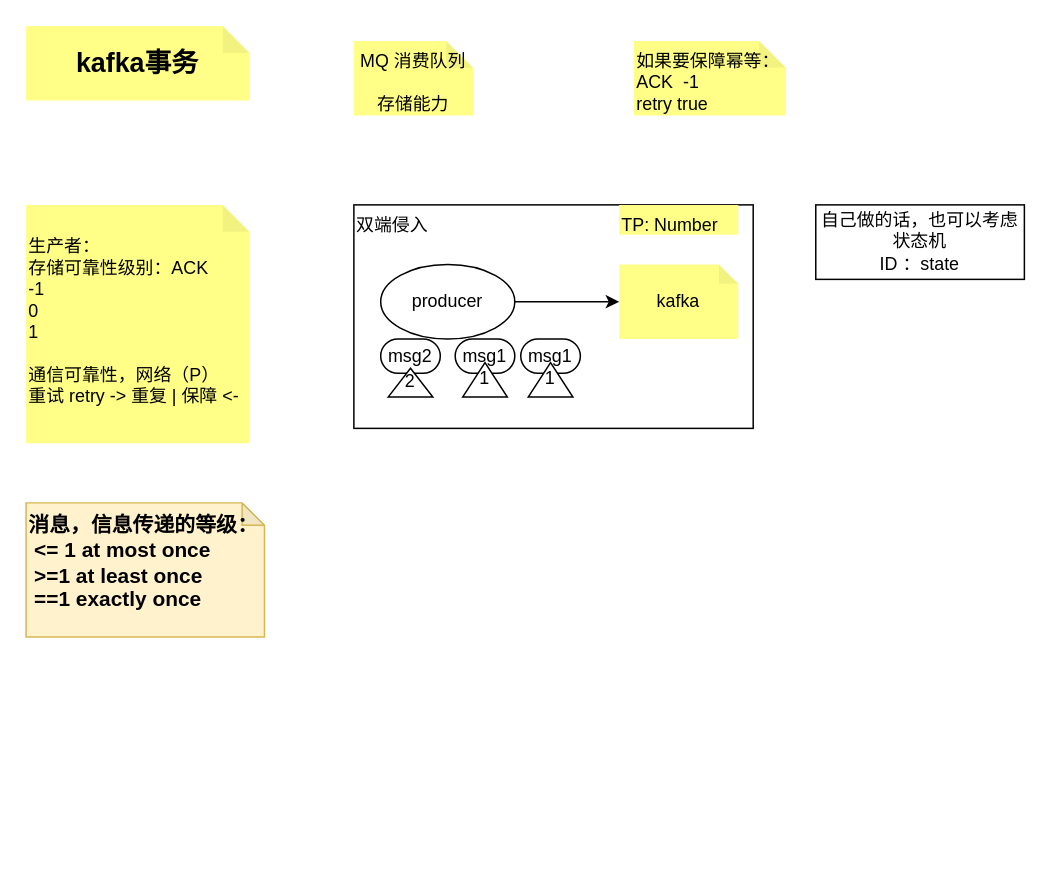
The draw.io diagram draw/kafka/kafka事务.drawio in BxcGit/draw, before the edit. Source tidied: cells renumbered, new cells numbered last; positions are measured from the earlier drawing's top-left corner, leaving out a move shared by most shapes. Both pictures are drawn from the tidied source at 149%, with x=0, y=0 at pixel (25, 25).
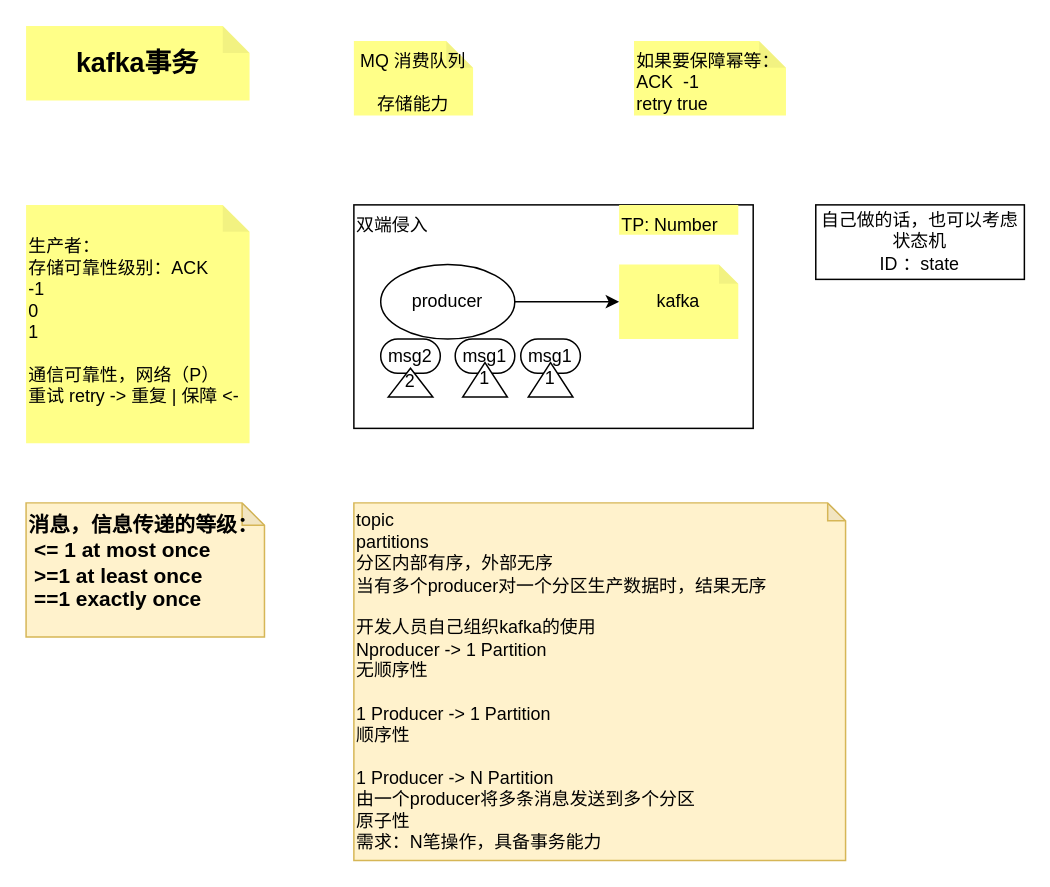
The same page after the edit.

Change to the diagram source:
```diff
@@
 <mxGraphModel>
   <root>
     <mxCell id="0" />
     <mxCell id="1" parent="0" />
     <mxCell id="2" value="双端侵入" style="rounded=0;whiteSpace=wrap;html=1;align=left;verticalAlign=top;" parent="1" vertex="1">
       <mxGeometry x="220" y="120" width="268" height="150" as="geometry" />
     </mxCell>
     <mxCell id="3" value="&lt;div&gt;&lt;br&gt;&lt;/div&gt;&lt;div&gt;生产者：&lt;/div&gt;&lt;div&gt;存储可靠性级别：ACK&lt;/div&gt;&lt;div&gt;-1&lt;/div&gt;&lt;div&gt;0&lt;/div&gt;&lt;div&gt;1&lt;/div&gt;&lt;div&gt;&lt;br&gt;&lt;/div&gt;&lt;div&gt;通信可靠性，网络（P）&lt;/div&gt;&lt;div&gt;重试 retry -&amp;gt; 重复 | 保障 &amp;lt;-&lt;/div&gt;" style="shape=note;whiteSpace=wrap;html=1;backgroundOutline=1;darkOpacity=0.05;fillColor=#ffff88;strokeColor=none;horizontal=1;align=left;verticalAlign=top;size=18;" parent="1" vertex="1">
       <mxGeometry y="120" width="150" height="160" as="geometry" />
     </mxCell>
     <mxCell id="4" value="kafka事务" style="shape=note;whiteSpace=wrap;html=1;backgroundOutline=1;darkOpacity=0.05;fillColor=#ffff88;strokeColor=none;horizontal=1;align=center;verticalAlign=middle;size=18;fontSize=18;fontStyle=1;" parent="1" vertex="1">
       <mxGeometry width="150" height="50" as="geometry" />
     </mxCell>
     <mxCell id="5" style="edgeStyle=orthogonalEdgeStyle;rounded=0;jettySize=auto;html=1;" parent="1" edge="1" source="6" target="7">
       <mxGeometry relative="1" as="geometry" />
     </mxCell>
     <mxCell id="6" value="producer" style="ellipse;whiteSpace=wrap;html=1;" parent="1" vertex="1">
       <mxGeometry x="238" y="160" width="90" height="50" as="geometry" />
     </mxCell>
     <mxCell id="7" value="kafka" style="shape=note;whiteSpace=wrap;html=1;backgroundOutline=1;darkOpacity=0.05;fillColor=#ffff88;strokeColor=none;horizontal=1;align=center;verticalAlign=middle;size=13;" parent="1" vertex="1">
       <mxGeometry x="398" y="160" width="80" height="50" as="geometry" />
     </mxCell>
     <mxCell id="8" value="msg1" style="rounded=1;whiteSpace=wrap;html=1;arcSize=50;" parent="1" vertex="1">
       <mxGeometry x="288" y="210" width="40" height="23" as="geometry" />
     </mxCell>
     <mxCell id="9" value="1" style="triangle;whiteSpace=wrap;html=1;rotation=-90;textDirection=vertical-lr;" parent="1" vertex="1">
       <mxGeometry x="296.4" y="222.4" width="23.2" height="30" as="geometry" />
     </mxCell>
     <mxCell id="10" value="msg1" style="rounded=1;whiteSpace=wrap;html=1;arcSize=50;" parent="1" vertex="1">
       <mxGeometry x="332" y="210" width="40" height="23" as="geometry" />
     </mxCell>
     <mxCell id="11" value="1" style="triangle;whiteSpace=wrap;html=1;rotation=-90;textDirection=vertical-lr;" parent="1" vertex="1">
       <mxGeometry x="340.4" y="222.4" width="23.2" height="30" as="geometry" />
     </mxCell>
     <mxCell id="12" value="msg2" style="rounded=1;whiteSpace=wrap;html=1;arcSize=50;" parent="1" vertex="1">
       <mxGeometry x="238" y="210" width="40" height="23" as="geometry" />
     </mxCell>
     <mxCell id="13" value="2" style="triangle;whiteSpace=wrap;html=1;rotation=-90;textDirection=vertical-lr;" parent="1" vertex="1">
       <mxGeometry x="248.3" y="224.3" width="19.4" height="30" as="geometry" />
     </mxCell>
     <mxCell id="14" value="TP: Number" style="shape=note;whiteSpace=wrap;html=1;backgroundOutline=1;darkOpacity=0.05;fillColor=#ffff88;strokeColor=none;horizontal=1;align=left;verticalAlign=top;size=0;" parent="1" vertex="1">
       <mxGeometry x="398" y="120" width="80" height="20" as="geometry" />
     </mxCell>
     <mxCell id="15" value="MQ 消费队列&lt;div&gt;&lt;br&gt;&lt;/div&gt;&lt;div&gt;存储能力&lt;/div&gt;" style="shape=note;whiteSpace=wrap;html=1;backgroundOutline=1;darkOpacity=0.05;fillColor=#ffff88;strokeColor=none;horizontal=1;align=center;verticalAlign=top;size=18;" parent="1" vertex="1">
       <mxGeometry x="220" y="10" width="80" height="50" as="geometry" />
     </mxCell>
     <mxCell id="16" value="如果要保障幂等：&lt;div&gt;ACK&amp;nbsp; -1&amp;nbsp;&lt;/div&gt;&lt;div&gt;retry true&lt;/div&gt;" style="shape=note;whiteSpace=wrap;html=1;backgroundOutline=1;darkOpacity=0.05;fillColor=#ffff88;strokeColor=none;horizontal=1;align=left;verticalAlign=top;size=18;" parent="1" vertex="1">
       <mxGeometry x="408" y="10" width="102" height="50" as="geometry" />
     </mxCell>
     <mxCell id="17" value="自己做的话，也可以考虑状态机&lt;div&gt;ID ：state&lt;/div&gt;" style="rounded=0;whiteSpace=wrap;html=1;align=center;verticalAlign=middle;" parent="1" vertex="1">
       <mxGeometry x="530" y="120" width="140" height="50" as="geometry" />
     </mxCell>
     <mxCell id="18" value="消息，信息传递的等级：&lt;div style=&quot;font-size: 14px;&quot;&gt;&amp;nbsp;&amp;lt;= 1 at most once&lt;/div&gt;&lt;div style=&quot;font-size: 14px;&quot;&gt;&amp;nbsp;&amp;gt;=1 at least once&lt;/div&gt;&lt;div style=&quot;font-size: 14px;&quot;&gt;&amp;nbsp;==1 exactly once&lt;/div&gt;" style="shape=note;whiteSpace=wrap;html=1;backgroundOutline=1;darkOpacity=0.05;fillColor=#fff2cc;strokeColor=#d6b656;horizontal=1;align=left;verticalAlign=top;size=15;fontStyle=1;fontSize=14;" parent="1" vertex="1">
       <mxGeometry y="320" width="160" height="90" as="geometry" />
     </mxCell>
+    <mxCell id="19" value="topic&lt;div&gt;partitions&lt;/div&gt;&lt;div&gt;分区内部有序，外部无序&lt;/div&gt;&lt;div&gt;当有多个producer对一个分区生产数据时，结果无序&lt;/div&gt;&lt;div&gt;&lt;br&gt;&lt;/div&gt;&lt;div&gt;开发人员自己组织kafka的使用&lt;/div&gt;&lt;div&gt;Nproducer -&amp;gt; 1 Partition&lt;/div&gt;&lt;div&gt;无顺序性&lt;/div&gt;&lt;div&gt;&lt;br&gt;&lt;/div&gt;&lt;div&gt;1 Producer -&amp;gt; 1 Partition&lt;/div&gt;&lt;div&gt;顺序性&lt;/div&gt;&lt;div&gt;&lt;br&gt;&lt;/div&gt;&lt;div&gt;1 Producer -&amp;gt; N Partition&lt;/div&gt;&lt;div&gt;由一个producer将多条消息发送到多个分区&lt;/div&gt;&lt;div&gt;原子性&lt;/div&gt;&lt;div&gt;需求：N笔操作，具备事务能力&lt;/div&gt;" style="shape=note;whiteSpace=wrap;html=1;backgroundOutline=1;darkOpacity=0.05;fillColor=#fff2cc;strokeColor=#d6b656;horizontal=1;align=left;verticalAlign=middle;size=12;" parent="1" vertex="1">
+      <mxGeometry x="220" y="320" width="330" height="240" as="geometry" />
+    </mxCell>
   </root>
 </mxGraphModel>
```
